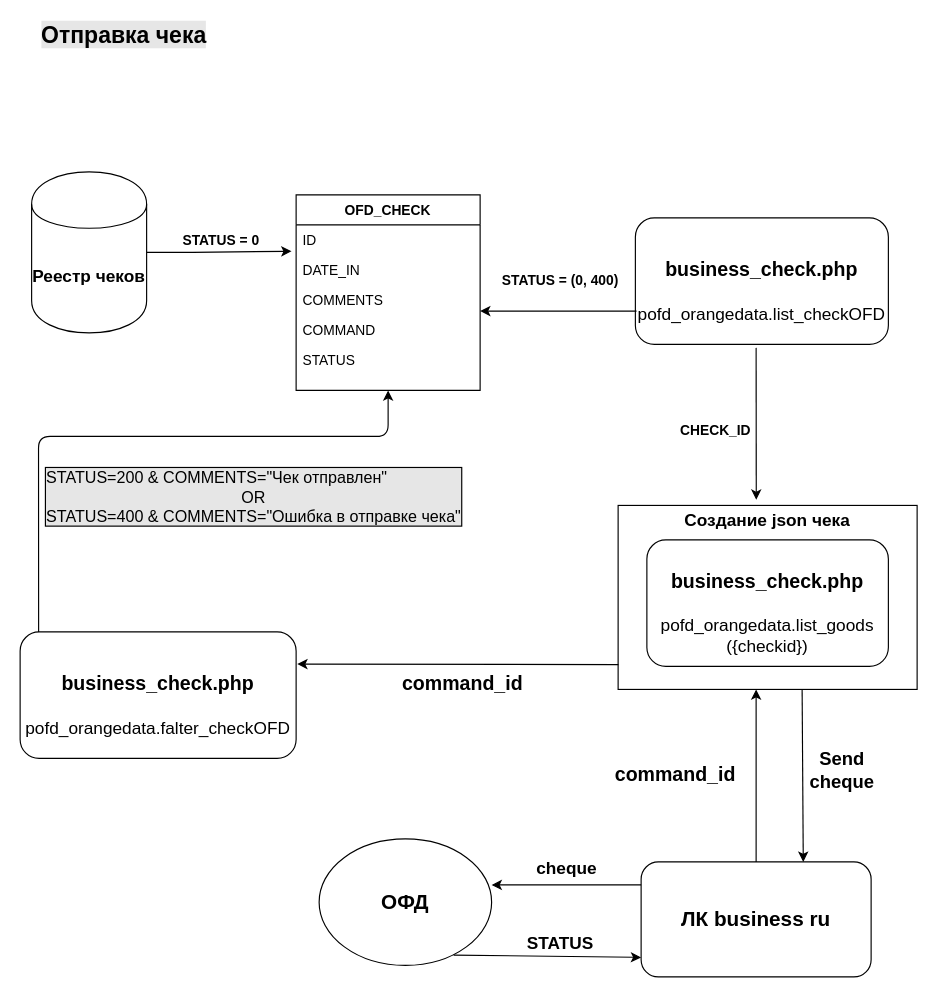
Tanya291995/my_first keeps this draw.io diagram as Untitled Diagram.drawio. Above is the earlier version. Source tidied: cells renumbered, new cells numbered last; positions are measured from the earlier drawing's top-left corner, leaving out a move shared by most shapes. Both pictures are drawn from the tidied source at 115%, with x=0, y=0 at pixel (20, 22).
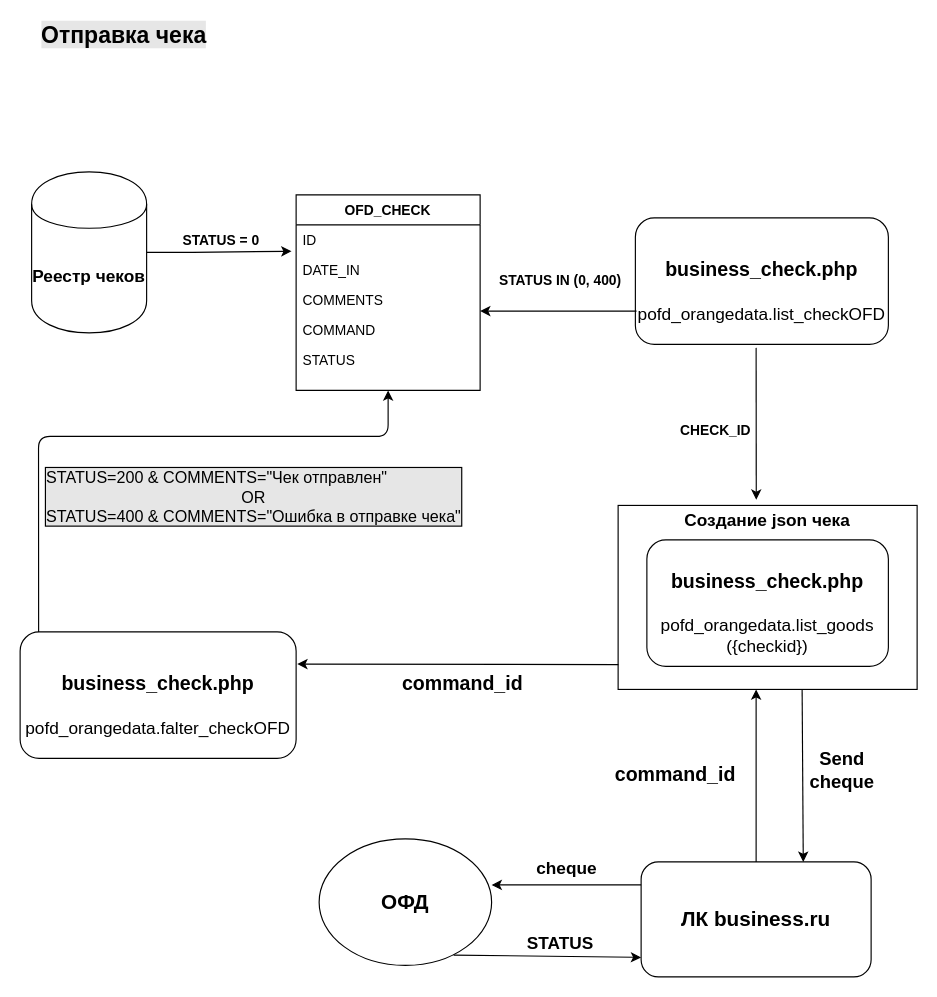
Above is the later version.

The edit, as a diff of the source:
```diff
@@
-    <mxCell id="8" value="&lt;div&gt;STATUS = (0, 400)&lt;/div&gt;" style="text;html=1;strokeColor=none;fillColor=none;align=center;verticalAlign=middle;whiteSpace=wrap;rounded=0;fontStyle=1;" parent="1" vertex="1">
+    <mxCell id="8" value="&lt;div&gt;STATUS IN (0, 400)&lt;/div&gt;" style="text;html=1;strokeColor=none;fillColor=none;align=center;verticalAlign=middle;whiteSpace=wrap;rounded=0;fontStyle=1;" parent="1" vertex="1">
       <mxGeometry x="400" y="215" width="140" height="20" as="geometry" />
     </mxCell>
@@
-    <mxCell id="19" value="&lt;div style=&quot;font-size: 18px&quot;&gt;&lt;b&gt;ЛК business ru&lt;/b&gt;&lt;/div&gt;" style="rounded=1;whiteSpace=wrap;html=1;fontSize=15;" parent="1" vertex="1">
+    <mxCell id="19" value="&lt;div style=&quot;font-size: 18px&quot;&gt;&lt;b&gt;ЛК business.ru&lt;/b&gt;&lt;/div&gt;" style="rounded=1;whiteSpace=wrap;html=1;fontSize=15;" parent="1" vertex="1">
       <mxGeometry x="540" y="730" width="200" height="100" as="geometry" />
     </mxCell>
```
